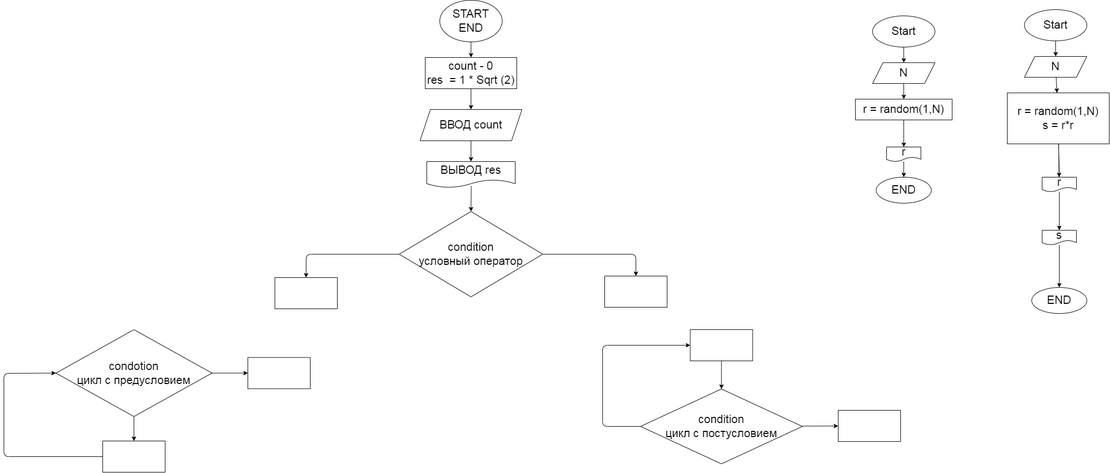
SerPozniakevich/practice_temp keeps this draw.io diagram as ex00.drawio.png. Above is the earlier version. Source tidied: cells renumbered, new cells last; positions are measured from the earlier drawing's top-left corner, leaving out a move shared by most shapes.
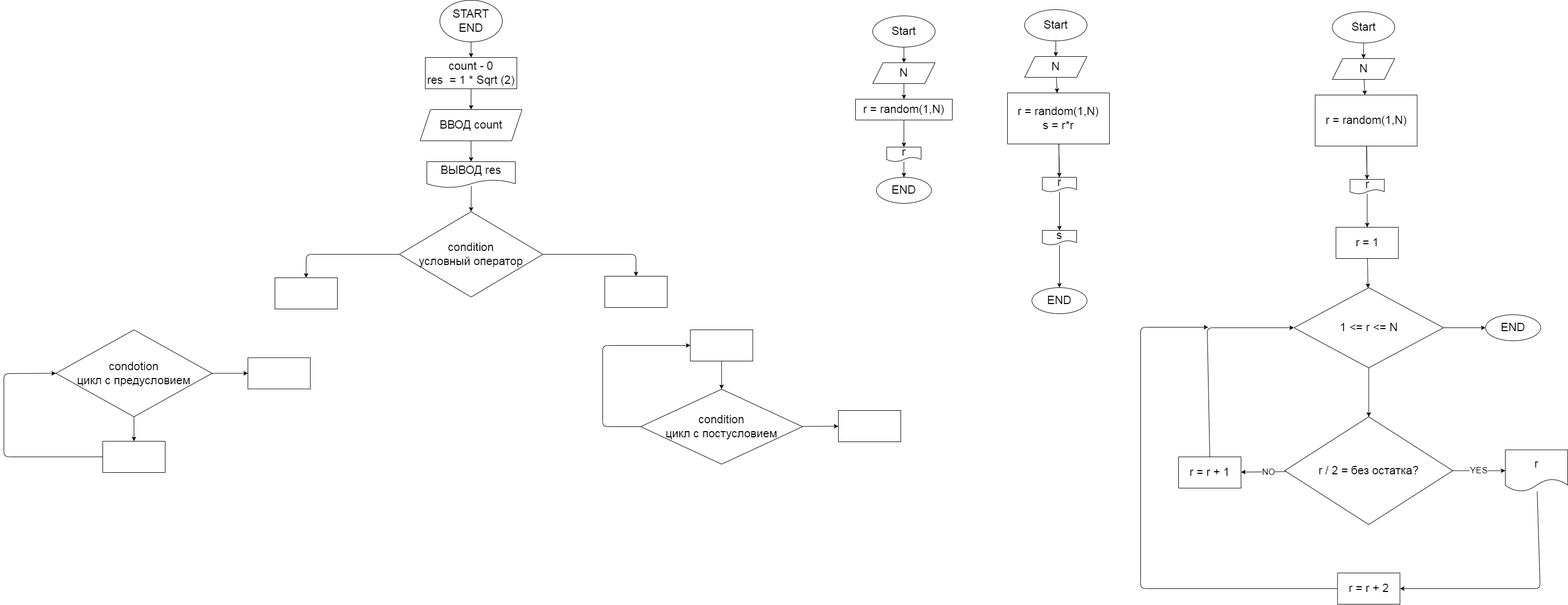
After the commit.

Commit message:
even numbers

The edit, as a diff of the source:
```diff
@@ -158,5 +158,96 @@
     <mxCell id="47" value="s" style="shape=document;whiteSpace=wrap;html=1;boundedLbl=1;fontSize=22;" parent="1" vertex="1">
       <mxGeometry x="1996" y="442" width="66" height="28" as="geometry" />
     </mxCell>
+    <mxCell id="48" style="edgeStyle=none;html=1;fontSize=22;" parent="1" edge="1" source="49" target="51">
+      <mxGeometry relative="1" as="geometry" />
+    </mxCell>
+    <mxCell id="49" value="Start" style="ellipse;whiteSpace=wrap;html=1;fontSize=22;" parent="1" vertex="1">
+      <mxGeometry x="2553.5" y="22" width="120" height="60" as="geometry" />
+    </mxCell>
+    <mxCell id="50" style="edgeStyle=none;html=1;fontSize=22;" parent="1" edge="1" source="51" target="53">
+      <mxGeometry relative="1" as="geometry" />
+    </mxCell>
+    <mxCell id="51" value="N" style="shape=parallelogram;perimeter=parallelogramPerimeter;whiteSpace=wrap;html=1;fixedSize=1;fontSize=22;" parent="1" vertex="1">
+      <mxGeometry x="2553.5" y="112" width="120" height="40" as="geometry" />
+    </mxCell>
+    <mxCell id="52" style="edgeStyle=none;html=1;fontSize=22;" parent="1" edge="1" source="53" target="56">
+      <mxGeometry relative="1" as="geometry" />
+    </mxCell>
+    <mxCell id="53" value="r = random(1,N)&lt;br&gt;" style="whiteSpace=wrap;html=1;fontSize=22;" parent="1" vertex="1">
+      <mxGeometry x="2520.5" y="182" width="196" height="98" as="geometry" />
+    </mxCell>
+    <mxCell id="54" value="END" style="ellipse;whiteSpace=wrap;html=1;fontSize=22;" parent="1" vertex="1">
+      <mxGeometry x="2848" y="604" width="106" height="50" as="geometry" />
+    </mxCell>
+    <mxCell id="55" style="edgeStyle=none;html=1;" parent="1" edge="1" source="56" target="63">
+      <mxGeometry relative="1" as="geometry" />
+    </mxCell>
+    <mxCell id="56" value="r" style="shape=document;whiteSpace=wrap;html=1;boundedLbl=1;fontSize=22;" parent="1" vertex="1">
+      <mxGeometry x="2587.5" y="344" width="66" height="28" as="geometry" />
+    </mxCell>
+    <mxCell id="57" style="edgeStyle=none;html=1;endArrow=none;" parent="1" edge="1" source="53" target="56">
+      <mxGeometry relative="1" as="geometry" />
+    </mxCell>
+    <mxCell id="58" value="YES" style="edgeStyle=none;html=1;fontSize=17;" parent="1" edge="1" source="61" target="65">
+      <mxGeometry relative="1" as="geometry" />
+    </mxCell>
+    <mxCell id="59" style="edgeStyle=none;html=1;fontSize=17;" parent="1" edge="1" source="61" target="69">
+      <mxGeometry relative="1" as="geometry" />
+    </mxCell>
+    <mxCell id="60" value="NO" style="edgeLabel;html=1;align=center;verticalAlign=middle;fontSize=17;" parent="59" vertex="1">
+      <mxGeometry x="-0.17" y="1" relative="1" as="geometry">
+        <mxPoint x="1" as="offset" />
+      </mxGeometry>
+    </mxCell>
+    <mxCell id="61" value="r / 2 = без остатка?" style="rhombus;whiteSpace=wrap;html=1;fontSize=22;" parent="1" vertex="1">
+      <mxGeometry x="2462" y="800" width="323" height="207" as="geometry" />
+    </mxCell>
+    <mxCell id="62" style="edgeStyle=none;html=1;fontSize=17;" parent="1" edge="1" source="63" target="72">
+      <mxGeometry relative="1" as="geometry" />
+    </mxCell>
+    <mxCell id="63" value="r = 1" style="whiteSpace=wrap;html=1;fontSize=22;" parent="1" vertex="1">
+      <mxGeometry x="2560.5" y="436" width="120" height="60" as="geometry" />
+    </mxCell>
+    <mxCell id="64" style="edgeStyle=none;html=1;fontSize=17;" parent="1" edge="1" source="65" target="67">
+      <mxGeometry relative="1" as="geometry">
+        <Array as="points">
+          <mxPoint x="2953" y="1130" />
+        </Array>
+      </mxGeometry>
+    </mxCell>
+    <mxCell id="65" value="r" style="shape=document;whiteSpace=wrap;html=1;boundedLbl=1;fontSize=22;" parent="1" vertex="1">
+      <mxGeometry x="2886" y="863.5" width="120" height="80" as="geometry" />
+    </mxCell>
+    <mxCell id="66" style="edgeStyle=none;html=1;exitX=0;exitY=0.5;exitDx=0;exitDy=0;fontSize=17;" parent="1" edge="1" source="67">
+      <mxGeometry relative="1" as="geometry">
+        <mxPoint x="2315" y="628" as="targetPoint" />
+        <Array as="points">
+          <mxPoint x="2185" y="1130" />
+          <mxPoint x="2185" y="628" />
+        </Array>
+      </mxGeometry>
+    </mxCell>
+    <mxCell id="67" value="r = r + 2" style="whiteSpace=wrap;html=1;fontSize=22;" parent="1" vertex="1">
+      <mxGeometry x="2563.5" y="1100" width="120" height="60" as="geometry" />
+    </mxCell>
+    <mxCell id="68" style="edgeStyle=none;html=1;exitX=0.5;exitY=0;exitDx=0;exitDy=0;entryX=0;entryY=0.5;entryDx=0;entryDy=0;fontSize=17;" parent="1" edge="1" source="69" target="72">
+      <mxGeometry relative="1" as="geometry">
+        <Array as="points">
+          <mxPoint x="2313" y="629" />
+        </Array>
+      </mxGeometry>
+    </mxCell>
+    <mxCell id="69" value="r = r + 1" style="whiteSpace=wrap;html=1;fontSize=22;" parent="1" vertex="1">
+      <mxGeometry x="2258" y="877" width="120" height="60" as="geometry" />
+    </mxCell>
+    <mxCell id="70" style="edgeStyle=none;html=1;exitX=0.5;exitY=1;exitDx=0;exitDy=0;fontSize=17;entryX=0.5;entryY=0;entryDx=0;entryDy=0;" parent="1" edge="1" source="72" target="61">
+      <mxGeometry relative="1" as="geometry" />
+    </mxCell>
+    <mxCell id="71" style="edgeStyle=none;html=1;exitX=1;exitY=0.5;exitDx=0;exitDy=0;fontSize=17;entryX=0;entryY=0.5;entryDx=0;entryDy=0;" parent="1" edge="1" source="72" target="54">
+      <mxGeometry relative="1" as="geometry" />
+    </mxCell>
+    <mxCell id="72" value="&lt;span&gt;1 &amp;lt;= r &amp;lt;= N&lt;/span&gt;" style="rhombus;whiteSpace=wrap;html=1;fontSize=22;" parent="1" vertex="1">
+      <mxGeometry x="2479.8" y="552" width="287.5" height="154" as="geometry" />
+    </mxCell>
   </root>
 </mxGraphModel>
```
